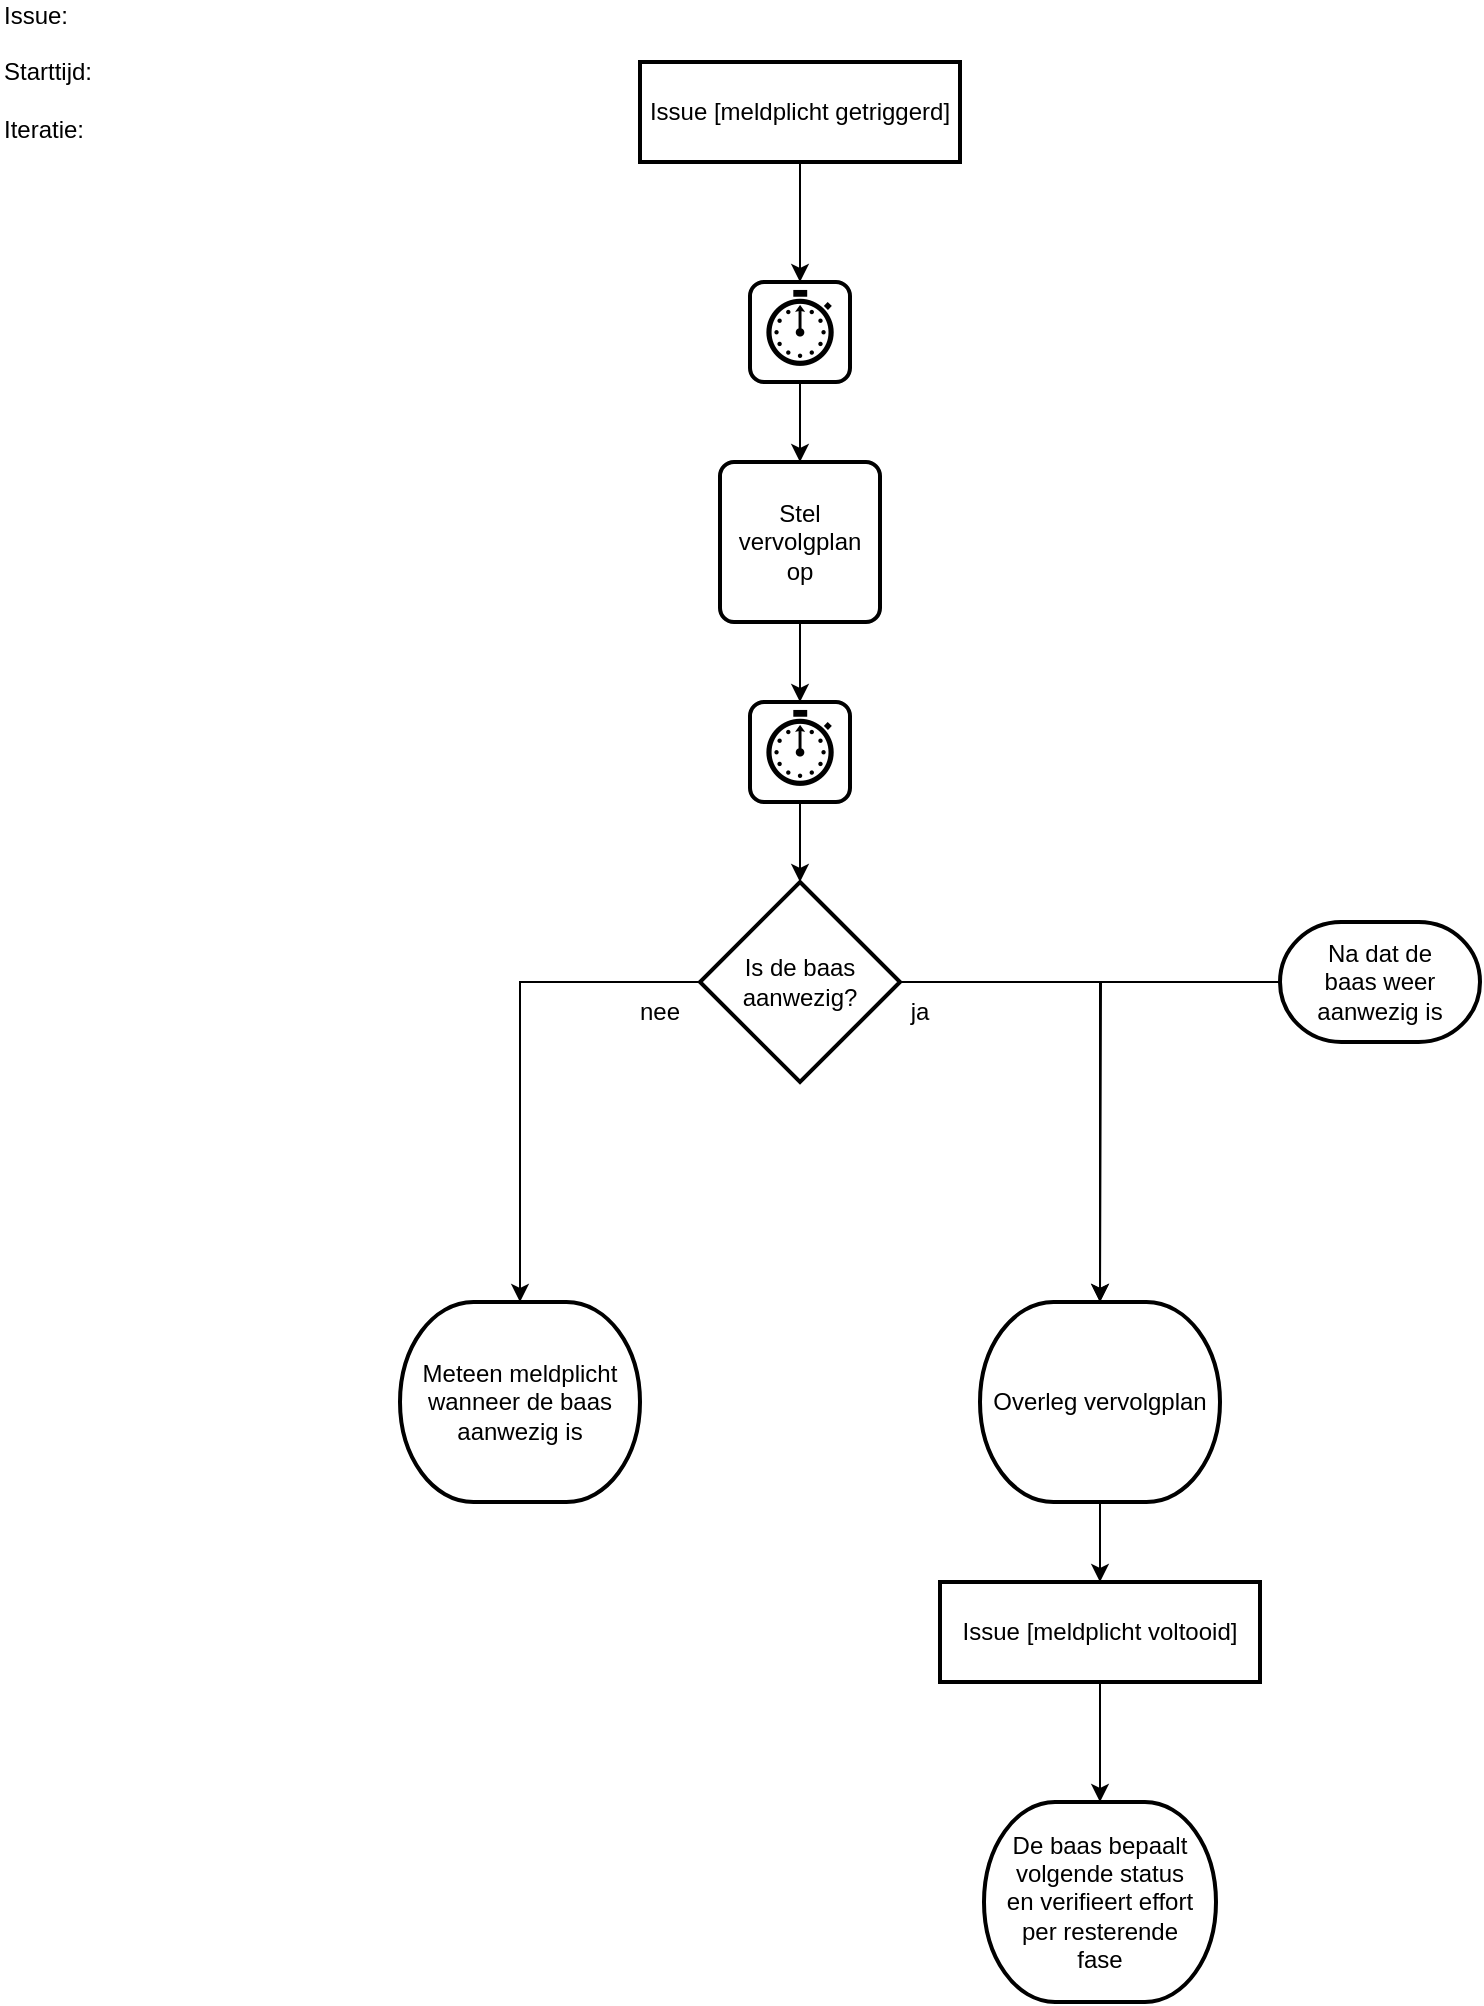
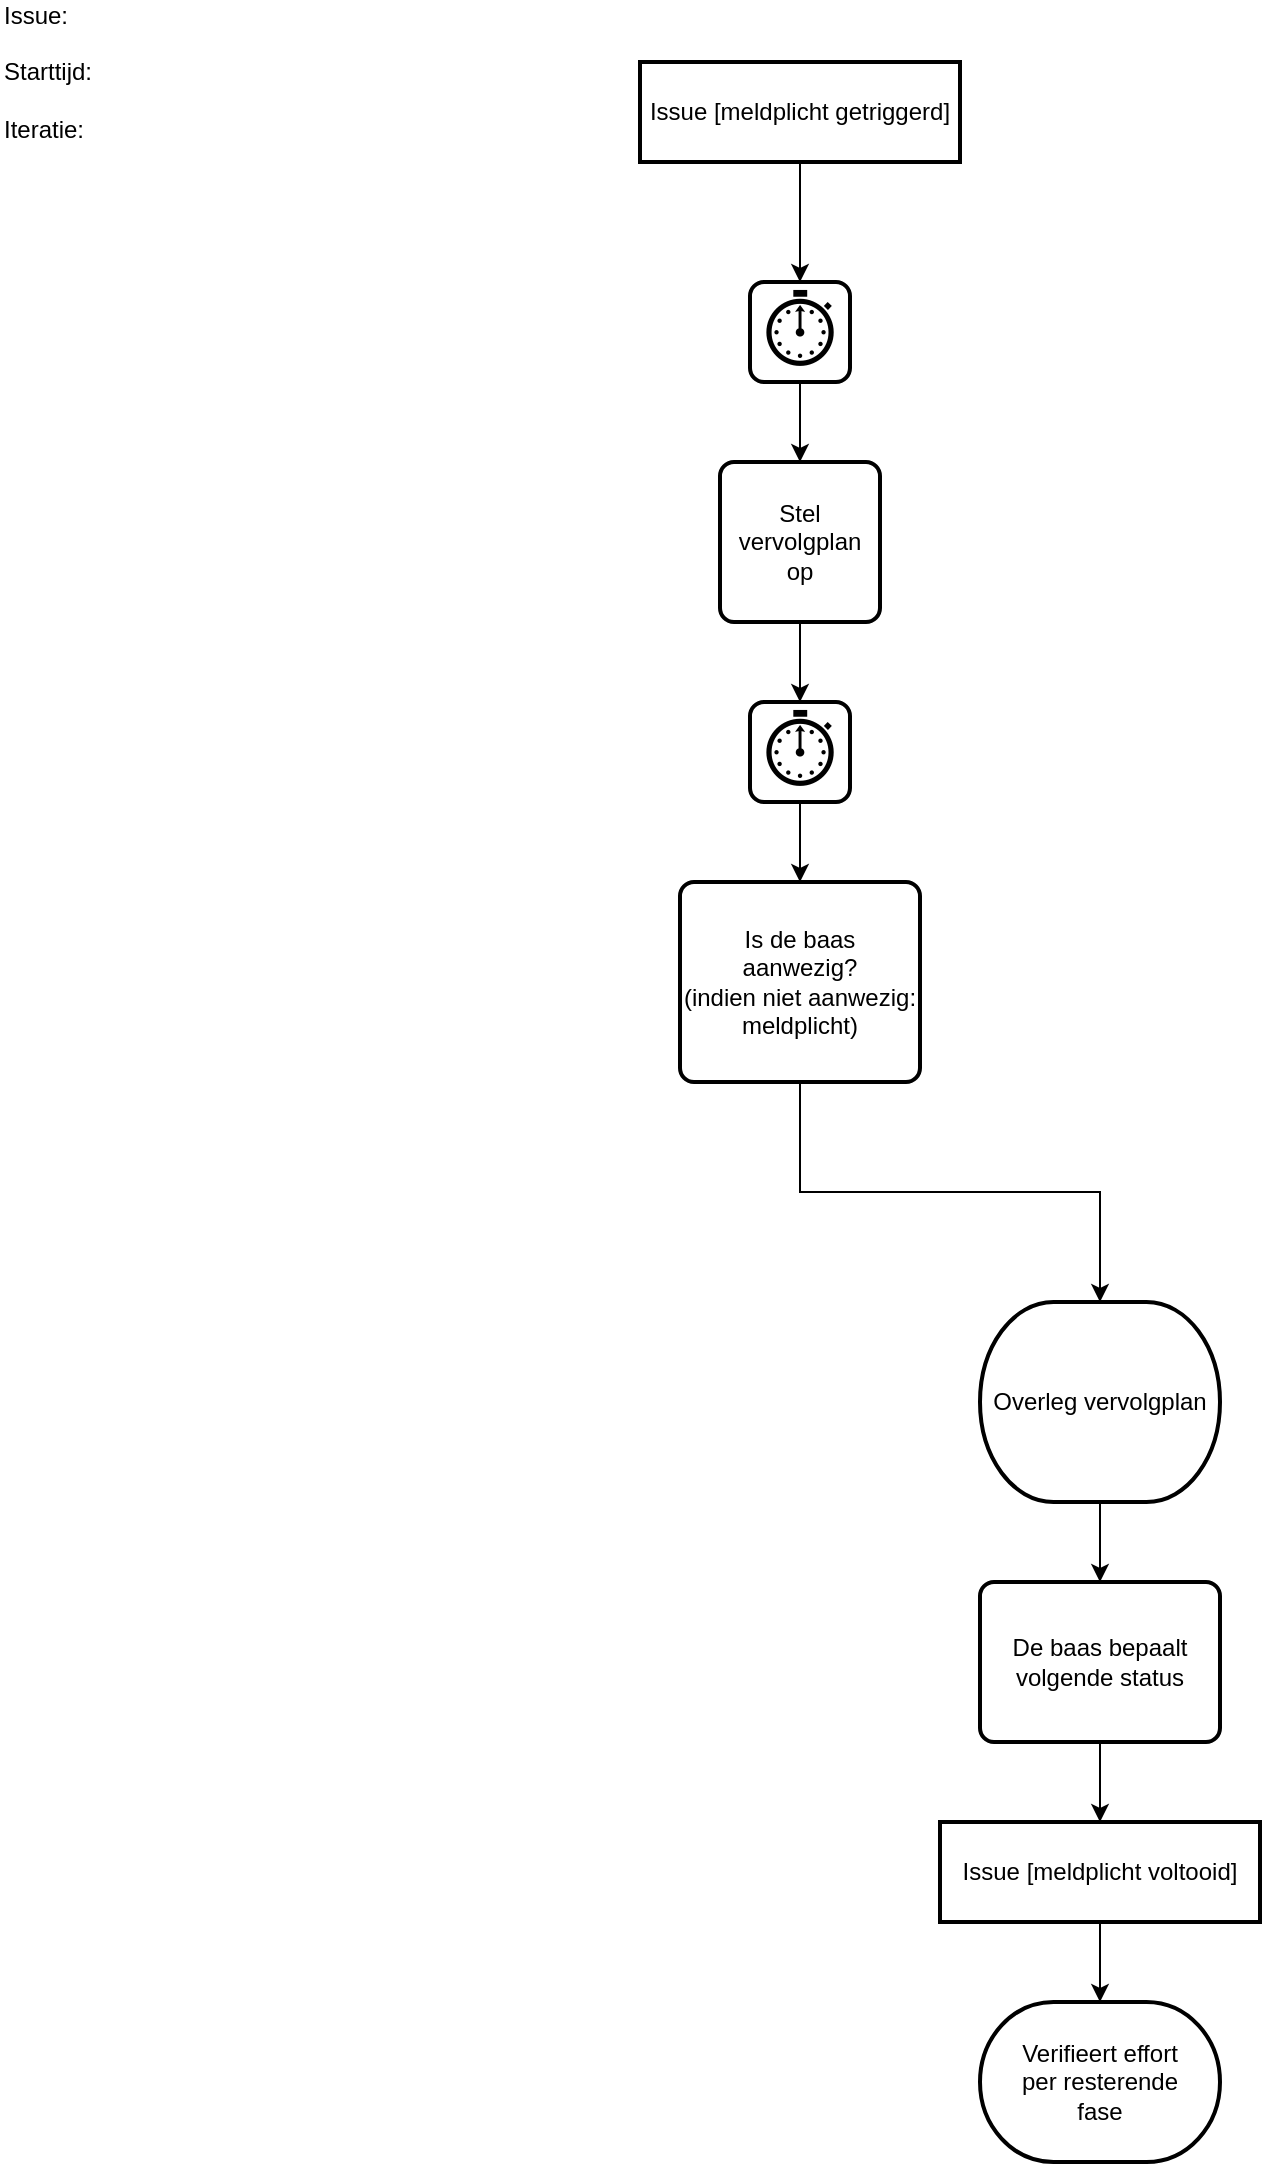
<mxfile host="Electron" agent="Mozilla/5.0 (Windows NT 10.0; Win64; x64) AppleWebKit/537.36 (KHTML, like Gecko) Chrome/144.0.0.0 Safari/537.36">
  <diagram name="Page-1" id="RxTZmvJhkROvXh92HXGi">
    <mxGraphModel dx="842" dy="576" grid="1" gridSize="10" guides="1" tooltips="1" connect="1" arrows="1" fold="1" page="1" pageScale="1" pageWidth="827" pageHeight="1169" math="0" shadow="0">
      <root>
        <mxCell id="0" />
        <mxCell id="1" parent="0" />
        <mxCell id="IjQxlhujuJK-shiPwm0T-2" edge="1" parent="1" source="kJhKxd2zfYEuZ5hcswId-1" style="edgeStyle=orthogonalEdgeStyle;rounded=0;orthogonalLoop=1;jettySize=auto;html=1;" target="kJhKxd2zfYEuZ5hcswId-17" value="">
          <mxGeometry relative="1" as="geometry" />
        </mxCell>
        <object label="Issue [meldplicht getriggerd]" Action="901" id="kJhKxd2zfYEuZ5hcswId-1">
          <mxCell parent="1" style="rounded=0;whiteSpace=wrap;html=1;strokeWidth=2;" vertex="1">
            <mxGeometry height="50" width="160" x="330" y="40" as="geometry" />
          </mxCell>
        </object>
-         <mxCell id="IjQxlhujuJK-shiPwm0T-6" edge="1" parent="1" source="kJhKxd2zfYEuZ5hcswId-3" style="edgeStyle=orthogonalEdgeStyle;rounded=0;orthogonalLoop=1;jettySize=auto;html=1;exitX=1;exitY=0.5;exitDx=0;exitDy=0;exitPerimeter=0;" target="kJhKxd2zfYEuZ5hcswId-8">
+         <mxCell id="IjQxlhujuJK-shiPwm0T-6" edge="1" parent="1" source="kJhKxd2zfYEuZ5hcswId-3" style="edgeStyle=orthogonalEdgeStyle;rounded=0;orthogonalLoop=1;jettySize=auto;html=1;exitX=0.5;exitY=1;exitDx=0;exitDy=0;entryX=0.5;entryY=0;entryDx=0;entryDy=0;" target="kJhKxd2zfYEuZ5hcswId-8">
          <mxGeometry relative="1" as="geometry" />
        </mxCell>
-         <object label="Is de baas&lt;br&gt;aanwezig?" Action="905" id="kJhKxd2zfYEuZ5hcswId-3">
-           <mxCell parent="1" style="strokeWidth=2;html=1;shape=mxgraph.flowchart.decision;whiteSpace=wrap;" vertex="1">
-             <mxGeometry height="100" width="100" x="360" y="450" as="geometry" />
+         <object label="Is de baas&lt;br&gt;aanwezig?&lt;br&gt;(indien niet aanwezig:&lt;br&gt;meldplicht)" Action="905" id="kJhKxd2zfYEuZ5hcswId-3">
+           <mxCell parent="1" style="rounded=1;whiteSpace=wrap;html=1;absoluteArcSize=1;arcSize=14;strokeWidth=2;" vertex="1">
+             <mxGeometry height="100" width="120" x="350" y="450" as="geometry" />
          </mxCell>
        </object>
-         <mxCell id="kJhKxd2zfYEuZ5hcswId-4" parent="1" style="text;html=1;whiteSpace=wrap;strokeColor=none;fillColor=none;align=center;verticalAlign=middle;rounded=0;" value="ja" vertex="1">
-           <mxGeometry height="30" width="60" x="440" y="500" as="geometry" />
-         </mxCell>
-         <object label="Meteen meldplicht&lt;br&gt;wanneer de baas&lt;br&gt;aanwezig is" Action="905F" id="kJhKxd2zfYEuZ5hcswId-5">
-           <mxCell parent="1" style="strokeWidth=2;html=1;shape=mxgraph.flowchart.terminator;whiteSpace=wrap;" vertex="1">
-             <mxGeometry height="100" width="120" x="210" y="660" as="geometry" />
-           </mxCell>
-         </object>
-         <mxCell id="kJhKxd2zfYEuZ5hcswId-6" parent="1" style="text;html=1;whiteSpace=wrap;strokeColor=none;fillColor=none;align=center;verticalAlign=middle;rounded=0;" value="nee" vertex="1">
-           <mxGeometry height="30" width="60" x="310" y="500" as="geometry" />
-         </mxCell>
-         <mxCell id="IjQxlhujuJK-shiPwm0T-8" edge="1" parent="1" source="kJhKxd2zfYEuZ5hcswId-8" style="edgeStyle=orthogonalEdgeStyle;rounded=0;orthogonalLoop=1;jettySize=auto;html=1;" target="object_meldplicht_voltooid" value="">
+         <mxCell id="IjQxlhujuJK-shiPwm0T-8" edge="1" parent="1" source="kJhKxd2zfYEuZ5hcswId-8" style="edgeStyle=orthogonalEdgeStyle;rounded=0;orthogonalLoop=1;jettySize=auto;html=1;exitX=0.5;exitY=1;exitDx=0;exitDy=0;entryX=0.5;entryY=0;entryDx=0;entryDy=0;" target="kJhKxd2zfYEuZ5hcswId-12" value="">
          <mxGeometry relative="1" as="geometry" />
        </mxCell>
        <object label="Overleg vervolgplan" Action="906" id="kJhKxd2zfYEuZ5hcswId-8">
          <mxCell parent="1" style="strokeWidth=2;html=1;shape=mxgraph.flowchart.terminator;whiteSpace=wrap;" vertex="1">
            <mxGeometry height="100" width="120" x="500" y="660" as="geometry" />
          </mxCell>
        </object>
-         <mxCell id="kJhKxd2zfYEuZ5hcswId-9" edge="1" parent="1" source="kJhKxd2zfYEuZ5hcswId-3" style="edgeStyle=orthogonalEdgeStyle;rounded=0;orthogonalLoop=1;jettySize=auto;html=1;exitX=0;exitY=0.5;exitDx=0;exitDy=0;exitPerimeter=0;entryX=0.5;entryY=0;entryDx=0;entryDy=0;entryPerimeter=0;" target="kJhKxd2zfYEuZ5hcswId-5">
-           <mxGeometry relative="1" as="geometry" />
-         </mxCell>
-         <mxCell id="IjQxlhujuJK-shiPwm0T-7" edge="1" parent="1" source="kJhKxd2zfYEuZ5hcswId-11" style="edgeStyle=orthogonalEdgeStyle;rounded=0;orthogonalLoop=1;jettySize=auto;html=1;exitX=0;exitY=0.5;exitDx=0;exitDy=0;exitPerimeter=0;">
-           <mxGeometry relative="1" as="geometry">
-             <mxPoint x="560" y="660" as="targetPoint" />
-           </mxGeometry>
-         </mxCell>
-         <object label="Na dat de&lt;br&gt;baas weer&lt;br&gt;aanwezig is" Action="905T" id="kJhKxd2zfYEuZ5hcswId-11">
-           <mxCell parent="1" style="strokeWidth=2;html=1;shape=mxgraph.flowchart.terminator;whiteSpace=wrap;" vertex="1">
-             <mxGeometry height="60" width="100" x="650" y="470" as="geometry" />
-           </mxCell>
-         </object>
-         <object label="De baas bepaalt&lt;br&gt;volgende status&lt;br&gt;en verifieert effort&lt;br&gt;per resterende&lt;br&gt;fase" Action="907" id="kJhKxd2zfYEuZ5hcswId-12">
-           <mxCell parent="1" style="strokeWidth=2;html=1;shape=mxgraph.flowchart.terminator;whiteSpace=wrap;" vertex="1">
-             <mxGeometry height="100" width="116" x="502" y="910" as="geometry" />
+         <object label="De baas bepaalt&lt;br&gt;volgende status" Action="907" id="kJhKxd2zfYEuZ5hcswId-12">
+           <mxCell parent="1" style="rounded=1;whiteSpace=wrap;html=1;absoluteArcSize=1;arcSize=14;strokeWidth=2;" vertex="1">
+             <mxGeometry height="80" width="120" x="500" y="800" as="geometry" />
          </mxCell>
        </object>
        <object label="Issue [meldplicht voltooid]" id="object_meldplicht_voltooid">
          <mxCell parent="1" style="rounded=0;whiteSpace=wrap;html=1;strokeWidth=2;" vertex="1">
-             <mxGeometry height="50" width="160" x="480" y="800" as="geometry" />
+             <mxGeometry height="50" width="160" x="480" y="920" as="geometry" />
          </mxCell>
        </object>
-         <mxCell id="edge_meldplicht_voltooid_to_terminator" edge="1" parent="1" source="object_meldplicht_voltooid" style="edgeStyle=orthogonalEdgeStyle;rounded=0;orthogonalLoop=1;jettySize=auto;html=1;" target="kJhKxd2zfYEuZ5hcswId-12" value="">
+         <mxCell id="edge_baas_bepaalt_to_meldplicht_voltooid" edge="1" parent="1" source="kJhKxd2zfYEuZ5hcswId-12" style="edgeStyle=orthogonalEdgeStyle;rounded=0;orthogonalLoop=1;jettySize=auto;html=1;exitX=0.5;exitY=1;exitDx=0;exitDy=0;entryX=0.5;entryY=0;entryDx=0;entryDy=0;" target="object_meldplicht_voltooid" value="">
+           <mxGeometry relative="1" as="geometry" />
+         </mxCell>
+         <object label="Verifieert effort&lt;br&gt;per resterende&lt;br&gt;fase" Action="908" id="new_verifieert_effort">
+           <mxCell parent="1" style="strokeWidth=2;html=1;shape=mxgraph.flowchart.terminator;whiteSpace=wrap;" vertex="1">
+             <mxGeometry height="80" width="120" x="500" y="1010" as="geometry" />
+           </mxCell>
+         </object>
+         <mxCell id="edge_meldplicht_voltooid_to_verifieert_effort" edge="1" parent="1" source="object_meldplicht_voltooid" style="edgeStyle=orthogonalEdgeStyle;rounded=0;orthogonalLoop=1;jettySize=auto;html=1;exitX=0.5;exitY=1;exitDx=0;exitDy=0;entryX=0.5;entryY=0;entryDx=0;entryDy=0;" target="new_verifieert_effort" value="">
          <mxGeometry relative="1" as="geometry" />
        </mxCell>
        <mxCell id="kJhKxd2zfYEuZ5hcswId-13" parent="1" style="text;html=1;align=left;verticalAlign=middle;whiteSpace=wrap;rounded=0;" value="Issue:&amp;nbsp; &amp;nbsp;&lt;br&gt;&lt;br&gt;Starttijd:&lt;br&gt;&lt;br&gt;Iteratie:&amp;nbsp;" vertex="1">
          <mxGeometry height="30" width="60" x="10" y="30" as="geometry" />
        </mxCell>
        <mxCell id="IjQxlhujuJK-shiPwm0T-3" edge="1" parent="1" source="kJhKxd2zfYEuZ5hcswId-17" style="edgeStyle=orthogonalEdgeStyle;rounded=0;orthogonalLoop=1;jettySize=auto;html=1;" target="IjQxlhujuJK-shiPwm0T-1" value="">
          <mxGeometry relative="1" as="geometry" />
        </mxCell>
        <object label="&lt;font style=&quot;font-size: 36px;&quot;&gt;⏱️&lt;/font&gt;" Action="902" id="kJhKxd2zfYEuZ5hcswId-17">
          <mxCell parent="1" style="rounded=1;whiteSpace=wrap;html=1;absoluteArcSize=1;arcSize=14;strokeWidth=2;" vertex="1">
            <mxGeometry height="50" width="50" x="385" y="150" as="geometry" />
          </mxCell>
        </object>
        <mxCell id="IjQxlhujuJK-shiPwm0T-5" edge="1" parent="1" source="kJhKxd2zfYEuZ5hcswId-18" style="edgeStyle=orthogonalEdgeStyle;rounded=0;orthogonalLoop=1;jettySize=auto;html=1;" target="kJhKxd2zfYEuZ5hcswId-3" value="">
          <mxGeometry relative="1" as="geometry" />
        </mxCell>
        <object label="&lt;font style=&quot;font-size: 36px;&quot;&gt;⏱️&lt;/font&gt;" Action="904" id="kJhKxd2zfYEuZ5hcswId-18">
          <mxCell parent="1" style="rounded=1;whiteSpace=wrap;html=1;absoluteArcSize=1;arcSize=14;strokeWidth=2;" vertex="1">
            <mxGeometry height="50" width="50" x="385" y="360" as="geometry" />
          </mxCell>
        </object>
        <mxCell id="IjQxlhujuJK-shiPwm0T-4" edge="1" parent="1" source="IjQxlhujuJK-shiPwm0T-1" style="edgeStyle=orthogonalEdgeStyle;rounded=0;orthogonalLoop=1;jettySize=auto;html=1;" target="kJhKxd2zfYEuZ5hcswId-18" value="">
          <mxGeometry relative="1" as="geometry" />
        </mxCell>
        <object label="Stel vervolgplan op" Action="903" id="IjQxlhujuJK-shiPwm0T-1">
          <mxCell parent="1" style="rounded=1;whiteSpace=wrap;html=1;absoluteArcSize=1;arcSize=14;strokeWidth=2;" vertex="1">
            <mxGeometry height="80" width="80" x="370" y="240" as="geometry" />
          </mxCell>
        </object>
      </root>
    </mxGraphModel>
  </diagram>
</mxfile>
